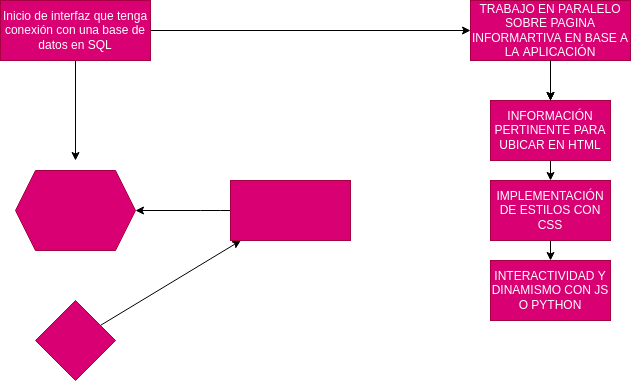
Before: FirstPhase.drawio.png, a diagram exported from draw.io (MomentToSleep/FirstTesting). Source tidied: cells renumbered, new cells last; positions are measured from the earlier drawing's top-left corner, leaving out a move shared by most shapes. Source of this version:
```xml
<mxGraphModel>
  <root>
    <mxCell id="0" />
    <mxCell id="1" parent="0" />
    <mxCell id="2" style="edgeStyle=none;html=1;" parent="1" edge="1" source="8" target="9">
      <mxGeometry relative="1" as="geometry">
        <Array as="points">
          <mxPoint x="210" y="210" />
        </Array>
      </mxGeometry>
    </mxCell>
    <mxCell id="3" style="edgeStyle=none;html=1;" parent="1" edge="1" source="5">
      <mxGeometry relative="1" as="geometry">
        <mxPoint x="75" y="160" as="targetPoint" />
      </mxGeometry>
    </mxCell>
    <mxCell id="4" style="edgeStyle=none;html=1;" parent="1" edge="1" source="5" target="14">
      <mxGeometry relative="1" as="geometry" />
    </mxCell>
    <mxCell id="5" value="Inicio de interfaz que tenga conexión con una base de datos en SQL" style="rounded=0;whiteSpace=wrap;html=1;fillColor=#d80073;fontColor=#ffffff;strokeColor=#A50040;" parent="1" vertex="1">
      <mxGeometry width="150" height="60" as="geometry" />
    </mxCell>
    <mxCell id="6" style="edgeStyle=none;html=1;" parent="1" edge="1" source="7" target="8">
      <mxGeometry relative="1" as="geometry" />
    </mxCell>
    <mxCell id="7" style="rhombus;whiteSpace=wrap;html=1;fillColor=#d80073;strokeColor=#A50040;fontColor=#ffffff;rounded=0;" parent="1" vertex="1">
      <mxGeometry x="35" y="300" width="80" height="80" as="geometry" />
    </mxCell>
    <mxCell id="8" style="whiteSpace=wrap;html=1;fillColor=#d80073;strokeColor=#A50040;fontColor=#ffffff;rounded=0;" parent="1" vertex="1">
      <mxGeometry x="230" y="180" width="120" height="60" as="geometry" />
    </mxCell>
    <mxCell id="9" style="shape=hexagon;perimeter=hexagonPerimeter2;whiteSpace=wrap;html=1;fixedSize=1;fillColor=#d80073;strokeColor=#A50040;fontColor=#ffffff;rounded=0;" parent="1" vertex="1">
      <mxGeometry x="15" y="170" width="120" height="80" as="geometry" />
    </mxCell>
    <mxCell id="10" style="edgeStyle=none;html=1;" parent="1" edge="1" source="14" target="17">
      <mxGeometry relative="1" as="geometry" />
    </mxCell>
    <mxCell id="11" style="edgeStyle=none;html=1;" parent="1" edge="1" source="14" target="17">
      <mxGeometry relative="1" as="geometry" />
    </mxCell>
    <mxCell id="12" style="edgeStyle=none;html=1;" parent="1" edge="1" source="14" target="17">
      <mxGeometry relative="1" as="geometry" />
    </mxCell>
    <mxCell id="13" style="edgeStyle=none;html=1;startArrow=none;" parent="1" edge="1" source="17" target="16">
      <mxGeometry relative="1" as="geometry" />
    </mxCell>
    <mxCell id="14" value="TRABAJO EN PARALELO SOBRE PAGINA INFORMARTIVA EN BASE A LA APLICACIÓN" style="whiteSpace=wrap;html=1;fillColor=#d80073;strokeColor=#A50040;fontColor=#ffffff;rounded=0;" parent="1" vertex="1">
      <mxGeometry x="470" width="160" height="60" as="geometry" />
    </mxCell>
    <mxCell id="15" style="edgeStyle=none;html=1;" parent="1" edge="1" source="16" target="19">
      <mxGeometry relative="1" as="geometry" />
    </mxCell>
    <mxCell id="16" value="IMPLEMENTACIÓN DE ESTILOS CON CSS" style="whiteSpace=wrap;html=1;fillColor=#d80073;strokeColor=#A50040;fontColor=#ffffff;rounded=0;" parent="1" vertex="1">
      <mxGeometry x="490" y="180" width="120" height="60" as="geometry" />
    </mxCell>
    <mxCell id="17" value="INFORMACIÓN PERTINENTE PARA UBICAR EN HTML" style="whiteSpace=wrap;html=1;fillColor=#d80073;strokeColor=#A50040;fontColor=#ffffff;rounded=0;" parent="1" vertex="1">
      <mxGeometry x="490" y="100" width="120" height="60" as="geometry" />
    </mxCell>
    <mxCell id="18" style="edgeStyle=none;html=1;endArrow=none;" parent="1" edge="1" source="14" target="17">
      <mxGeometry relative="1" as="geometry" />
    </mxCell>
    <mxCell id="19" value="INTERACTIVIDAD Y DINAMISMO CON JS O PYTHON" style="whiteSpace=wrap;html=1;fillColor=#d80073;strokeColor=#A50040;fontColor=#ffffff;rounded=0;" parent="1" vertex="1">
      <mxGeometry x="490" y="260" width="120" height="60" as="geometry" />
    </mxCell>
  </root>
</mxGraphModel>
```
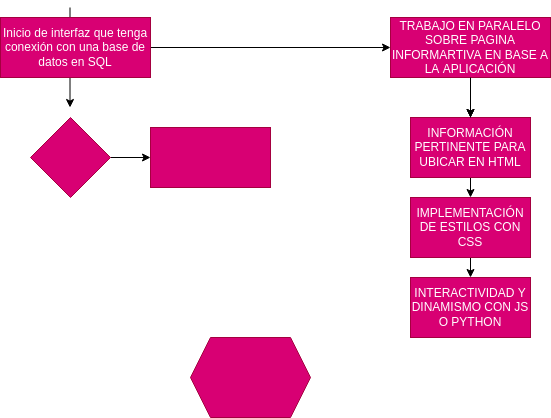
Above is the later version.

What changed in the source:
```diff
@@ -2,35 +2,29 @@
   <root>
     <mxCell id="0" />
     <mxCell id="1" parent="0" />
-    <mxCell id="2" style="edgeStyle=none;html=1;" parent="1" edge="1" source="8" target="9">
-      <mxGeometry relative="1" as="geometry">
-        <Array as="points">
-          <mxPoint x="210" y="210" />
-        </Array>
-      </mxGeometry>
-    </mxCell>
-    <mxCell id="3" style="edgeStyle=none;html=1;" parent="1" edge="1" source="5">
+    <mxCell id="3" style="edgeStyle=none;html=1;" parent="1" edge="1">
       <mxGeometry relative="1" as="geometry">
-        <mxPoint x="75" y="160" as="targetPoint" />
+        <mxPoint x="149.5" y="-10" as="sourcePoint" />
+        <mxPoint x="149.5" y="90" as="targetPoint" />
       </mxGeometry>
     </mxCell>
     <mxCell id="4" style="edgeStyle=none;html=1;" parent="1" edge="1" source="5" target="14">
       <mxGeometry relative="1" as="geometry" />
     </mxCell>
     <mxCell id="5" value="Inicio de interfaz que tenga conexión con una base de datos en SQL" style="rounded=0;whiteSpace=wrap;html=1;fillColor=#d80073;fontColor=#ffffff;strokeColor=#A50040;" parent="1" vertex="1">
-      <mxGeometry width="150" height="60" as="geometry" />
+      <mxGeometry x="80" width="150" height="60" as="geometry" />
     </mxCell>
     <mxCell id="6" style="edgeStyle=none;html=1;" parent="1" edge="1" source="7" target="8">
       <mxGeometry relative="1" as="geometry" />
     </mxCell>
     <mxCell id="7" style="rhombus;whiteSpace=wrap;html=1;fillColor=#d80073;strokeColor=#A50040;fontColor=#ffffff;rounded=0;" parent="1" vertex="1">
-      <mxGeometry x="35" y="300" width="80" height="80" as="geometry" />
+      <mxGeometry x="110" y="100" width="80" height="80" as="geometry" />
     </mxCell>
     <mxCell id="8" style="whiteSpace=wrap;html=1;fillColor=#d80073;strokeColor=#A50040;fontColor=#ffffff;rounded=0;" parent="1" vertex="1">
-      <mxGeometry x="230" y="180" width="120" height="60" as="geometry" />
+      <mxGeometry x="230" y="110" width="120" height="60" as="geometry" />
     </mxCell>
     <mxCell id="9" style="shape=hexagon;perimeter=hexagonPerimeter2;whiteSpace=wrap;html=1;fixedSize=1;fillColor=#d80073;strokeColor=#A50040;fontColor=#ffffff;rounded=0;" parent="1" vertex="1">
-      <mxGeometry x="15" y="170" width="120" height="80" as="geometry" />
+      <mxGeometry x="270" y="320" width="120" height="80" as="geometry" />
     </mxCell>
     <mxCell id="10" style="edgeStyle=none;html=1;" parent="1" edge="1" source="14" target="17">
       <mxGeometry relative="1" as="geometry" />
```
